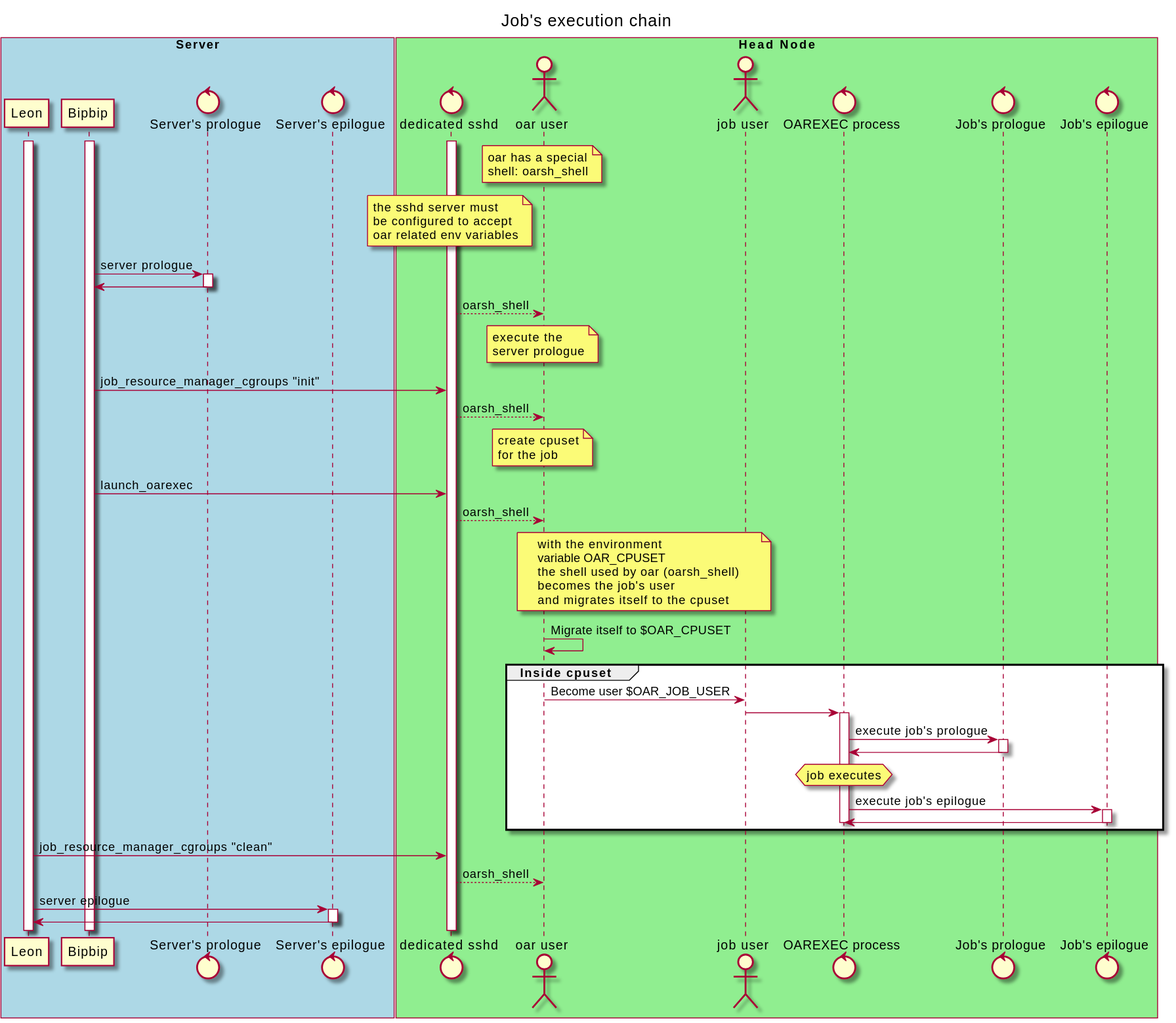
Before: docs/_static/oar_execution_chain.svg, a diagram exported from PlantUML (oar-team/oar3). Its diagram source:
```plantuml
@startuml
title Job's execution chain
box "Server" #LightBlue
  participant Leon as leon
  participant Bipbip as bipbip
  control "Server's prologue" as sprologue
  control "Server's epilogue" as sepilogue
end box
box "Head Node" #LightGreen
  control "dedicated sshd" as sshd
  actor "oar user" as oar
  actor "job user" as user
  control "OAREXEC process" as OAREXEC
  control "Job's prologue" as prologue
  control "Job's epilogue" as epilogue
end box
note over oar
  oar has a special
  shell: oarsh_shell
end note

note over sshd
  the sshd server must
  be configured to accept
  oar related env variables
end note

bipbip++
sshd++
leon++

bipbip -> sprologue : server prologue
sprologue++
bipbip <- sprologue
sprologue--

sshd --> oar : oarsh_shell
note over oar
  execute the
  server prologue
end note
bipbip -> sshd : job_resource_manager_cgroups "init"
sshd --> oar : oarsh_shell
note over oar
  create cpuset
  for the job
end note

bipbip -> sshd : launch_oarexec
sshd --> oar : oarsh_shell
note over oar, user
  with the environment
  variable OAR_CPUSET
  the shell used by oar (oarsh_shell)
  becomes the job's user
  and migrates itself to the cpuset
end note

oar -> oar: Migrate itself to $OAR_CPUSET
group Inside cpuset
  oar -> user: Become user $OAR_JOB_USER
  user -> OAREXEC
  OAREXEC++
  OAREXEC -> prologue: execute job's prologue
  prologue++
  OAREXEC <- prologue
  prologue--

  hnote over OAREXEC
    job executes
  end hnote

  OAREXEC -> epilogue: execute job's epilogue
  epilogue++
  OAREXEC <- epilogue
  epilogue--
  OAREXEC--
end

leon -> sshd : job_resource_manager_cgroups "clean"
sshd --> oar : oarsh_shell

leon -> sepilogue : server epilogue
sepilogue++
leon <- sepilogue
sepilogue--

@endumlgo
```
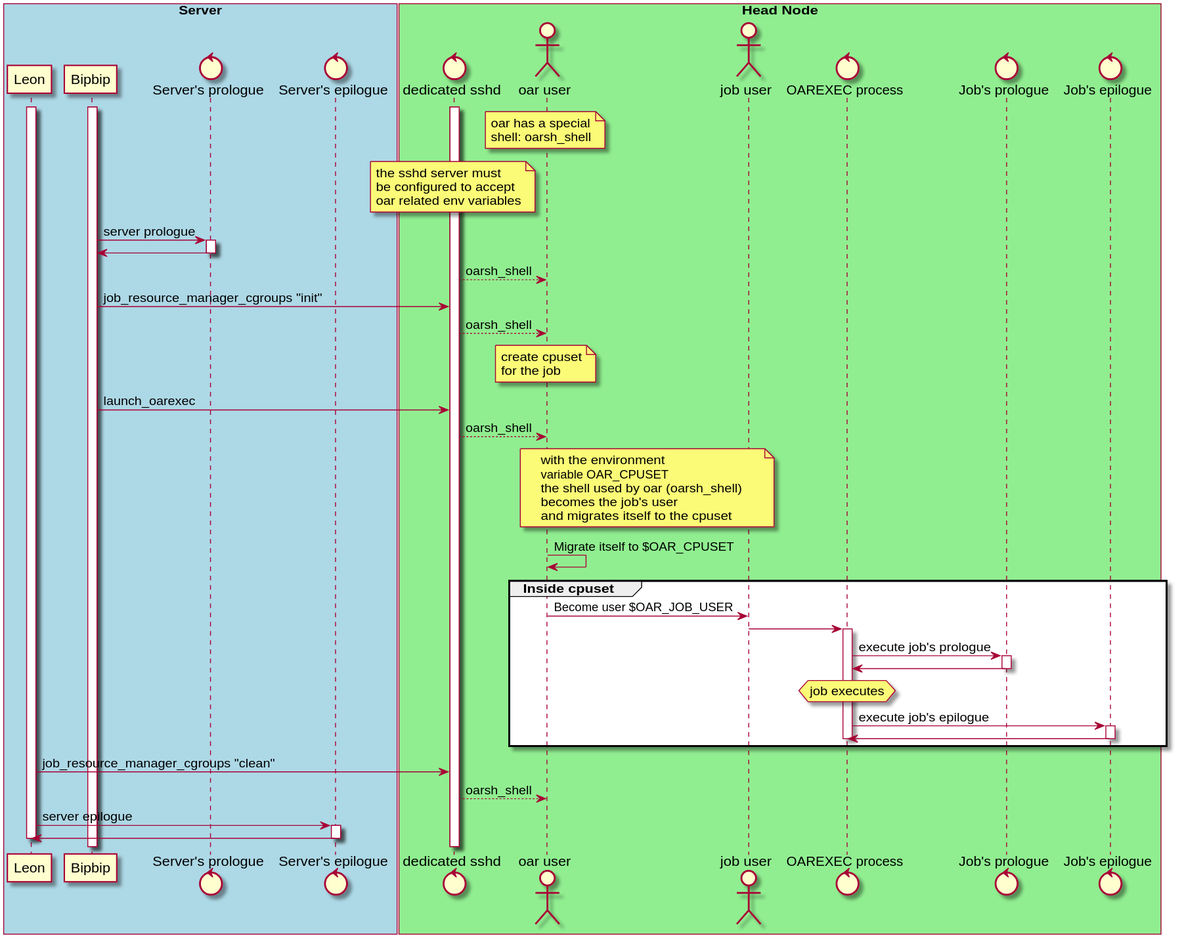
After the commit.

Commit message:
[docs] comment job execution chain diagram

Diff of the diagram source:
```diff
@@ -1,5 +1,4 @@
 @startuml
-title Job's execution chain
 box "Server" #LightBlue
   participant Leon as leon
   participant Bipbip as bipbip
@@ -27,7 +26,6 @@
 
 bipbip++
 sshd++
-leon++
 
 bipbip -> sprologue : server prologue
 sprologue++
@@ -35,10 +33,7 @@
 sprologue--
 
 sshd --> oar : oarsh_shell
-note over oar
-  execute the
-  server prologue
-end note
+
 bipbip -> sshd : job_resource_manager_cgroups "init"
 sshd --> oar : oarsh_shell
 note over oar
@@ -47,6 +42,7 @@
 end note
 
 bipbip -> sshd : launch_oarexec
+
 sshd --> oar : oarsh_shell
 note over oar, user
   with the environment
@@ -77,6 +73,8 @@
   OAREXEC--
 end
 
+
+activate leon
 leon -> sshd : job_resource_manager_cgroups "clean"
 sshd --> oar : oarsh_shell
 
@@ -84,5 +82,6 @@
 sepilogue++
 leon <- sepilogue
 sepilogue--
+leon--
 
 @endumlgo
```
